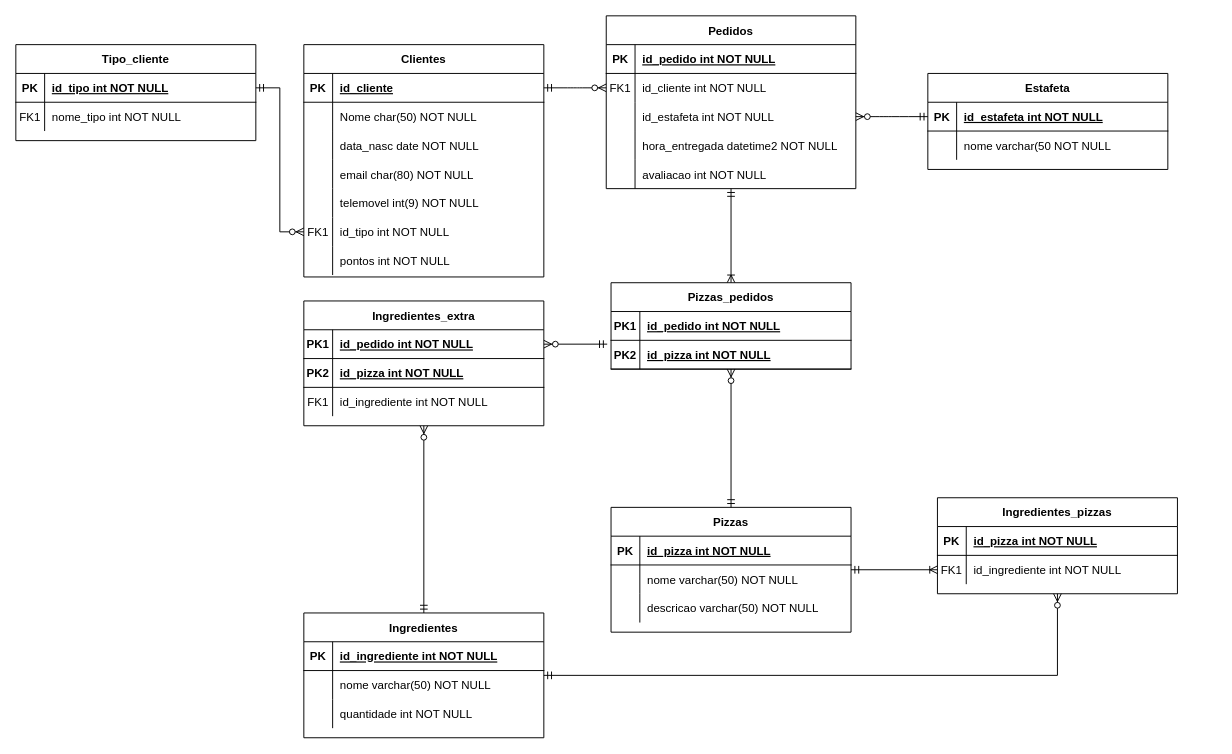
This is Untitled Diagram.drawio from joaopereira7717/angularFreshStart, a draw.io file, before an edit. Source tidied: cells renumbered, new cells numbered last; positions are measured from the earlier drawing's top-left corner, leaving out a move shared by most shapes. Both pictures are drawn from the tidied source at 96%, with x=0, y=0 at pixel (15, 15).
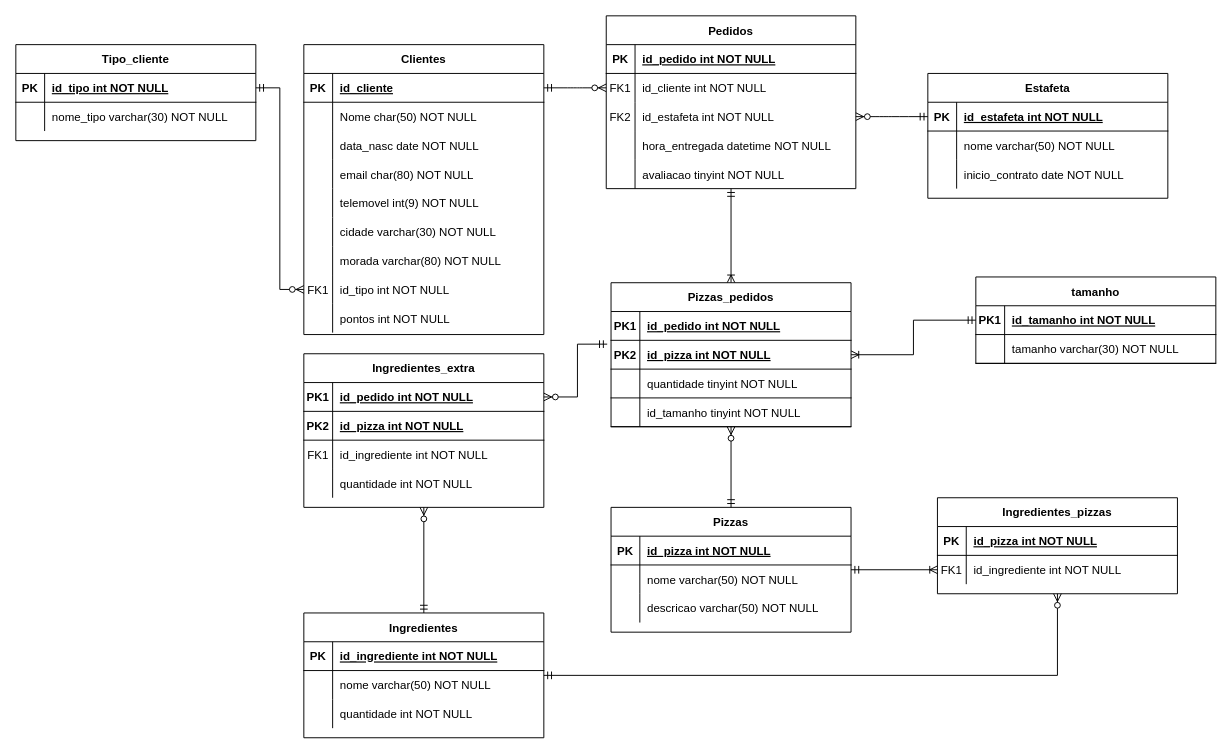
The same page after the edit.

Unchanged cells that the change refers to:
```xml
<mxCell id="10" style="shape=partialRectangle;fillColor=none;points=[[0,0.5],[1,0.5]];portConstraint=eastwest;top=0;left=0;right=0;bottom=0;" parent="3" vertex="1">
  <mxGeometry y="90" width="260" height="30" as="geometry" />
</mxCell>
<mxCell id="13" style="shape=partialRectangle;fillColor=none;top=0;left=0;right=0;bottom=0;" parent="3" vertex="1">
  <mxGeometry y="120" width="260" height="30" as="geometry" />
</mxCell>
<mxCell id="16" style="shape=partialRectangle;fillColor=none;top=0;left=0;right=0;bottom=0;" parent="3" vertex="1">
  <mxGeometry y="150" width="260" height="30" as="geometry" />
</mxCell>
<mxCell id="55" style="shape=partialRectangle;fillColor=none;top=0;left=0;right=0;bottom=0;" parent="51" vertex="1">
  <mxGeometry y="60" width="250" height="30" as="geometry" />
</mxCell>
<mxCell id="86" style="shape=partialRectangle;fillColor=none;points=[[0,0.5],[1,0.5]];portConstraint=eastwest;top=0;left=0;right=0;bottom=1;" parent="82" vertex="1">
  <mxGeometry y="60" width="250" height="30" as="geometry" />
</mxCell>
<mxCell id="103" style="shape=partialRectangle;fillColor=none;top=0;left=0;right=0;bottom=0;" parent="99" vertex="1">
  <mxGeometry y="60" width="250" height="30" as="geometry" />
</mxCell>
```

What changed in the source:
```diff
@@
-    <mxCell id="11" style="shape=partialRectangle;overflow=hidden;fillColor=none;top=0;left=0;bottom=0;right=0;" parent="10" vertex="1">
+    <mxCell id="11" value="FK2" style="shape=partialRectangle;overflow=hidden;fillColor=none;top=0;left=0;bottom=0;right=0;" parent="10" vertex="1">
       <mxGeometry width="30" height="30" as="geometry" />
     </mxCell>
@@
-    <mxCell id="15" value="hora_entregada datetime2 NOT NULL" style="shape=partialRectangle;overflow=hidden;fillColor=none;top=0;left=0;bottom=0;right=0;align=left;spacingLeft=6;" parent="13" vertex="1">
+    <mxCell id="15" value="hora_entregada datetime NOT NULL" style="shape=partialRectangle;overflow=hidden;fillColor=none;top=0;left=0;bottom=0;right=0;align=left;spacingLeft=6;" parent="13" vertex="1">
       <mxGeometry x="30" width="230" height="30" as="geometry" />
     </mxCell>
@@
-    <mxCell id="18" value="avaliacao int NOT NULL" style="shape=partialRectangle;overflow=hidden;fillColor=none;top=0;left=0;bottom=0;right=0;align=left;spacingLeft=6;" parent="16" vertex="1">
+    <mxCell id="18" value="avaliacao tinyint NOT NULL" style="shape=partialRectangle;overflow=hidden;fillColor=none;top=0;left=0;bottom=0;right=0;align=left;spacingLeft=6;" parent="16" vertex="1">
       <mxGeometry x="30" width="230" height="30" as="geometry" />
     </mxCell>
@@
     <mxCell id="29" value="Clientes" style="shape=table;startSize=30;childLayout=tableLayout;rowLines=0;fontStyle=1;align=center;" parent="1" vertex="1">
-      <mxGeometry x="300" y="30" width="250" height="242" as="geometry" />
+      <mxGeometry x="300" y="30" width="250" height="302" as="geometry" />
     </mxCell>
@@
+    <mxCell id="107" style="shape=partialRectangle;fillColor=none;top=0;left=0;right=0;bottom=0;" parent="29" vertex="1">
+      <mxGeometry y="180" width="250" height="30" as="geometry" />
+    </mxCell>
+    <mxCell id="108" style="shape=partialRectangle;overflow=hidden;fillColor=none;top=0;left=0;bottom=0;right=0;" parent="107" vertex="1">
+      <mxGeometry width="30" height="30" as="geometry" />
+    </mxCell>
+    <mxCell id="109" value="cidade varchar(30) NOT NULL" style="shape=partialRectangle;overflow=hidden;fillColor=none;top=0;left=0;bottom=0;right=0;align=left;spacingLeft=6;" parent="107" vertex="1">
+      <mxGeometry x="30" width="220" height="30" as="geometry" />
+    </mxCell>
+    <mxCell id="110" style="shape=partialRectangle;fillColor=none;top=0;left=0;right=0;bottom=0;" parent="29" vertex="1">
+      <mxGeometry y="210" width="250" height="30" as="geometry" />
+    </mxCell>
+    <mxCell id="111" style="shape=partialRectangle;overflow=hidden;fillColor=none;top=0;left=0;bottom=0;right=0;" parent="110" vertex="1">
+      <mxGeometry width="30" height="30" as="geometry" />
+    </mxCell>
+    <mxCell id="112" value="morada varchar(80) NOT NULL" style="shape=partialRectangle;overflow=hidden;fillColor=none;top=0;left=0;bottom=0;right=0;align=left;spacingLeft=6;" parent="110" vertex="1">
+      <mxGeometry x="30" width="220" height="30" as="geometry" />
+    </mxCell>
     <mxCell id="45" style="shape=partialRectangle;fillColor=none;points=[[0,0.5],[1,0.5]];portConstraint=eastwest;top=0;left=0;right=0;bottom=0;" parent="29" vertex="1">
-      <mxGeometry y="180" width="250" height="30" as="geometry" />
+      <mxGeometry y="240" width="250" height="30" as="geometry" />
     </mxCell>
@@
     <mxCell id="48" style="shape=partialRectangle;fillColor=none;top=0;left=0;right=0;bottom=0;" parent="29" vertex="1">
-      <mxGeometry y="210" width="250" height="30" as="geometry" />
+      <mxGeometry y="270" width="250" height="30" as="geometry" />
     </mxCell>
@@
     <mxCell id="51" value="Estafeta" style="shape=table;startSize=30;childLayout=tableLayout;rowLines=0;fontStyle=1;align=center;" parent="1" vertex="1">
-      <mxGeometry x="950" y="60" width="250" height="100" as="geometry" />
+      <mxGeometry x="950" y="60" width="250" height="130" as="geometry" />
     </mxCell>
@@
-    <mxCell id="57" value="nome varchar(50 NOT NULL" style="shape=partialRectangle;overflow=hidden;fillColor=none;top=0;left=0;bottom=0;right=0;align=left;spacingLeft=6;" parent="55" vertex="1">
+    <mxCell id="57" value="nome varchar(50) NOT NULL" style="shape=partialRectangle;overflow=hidden;fillColor=none;top=0;left=0;bottom=0;right=0;align=left;spacingLeft=6;" parent="55" vertex="1">
       <mxGeometry x="30" width="220" height="30" as="geometry" />
     </mxCell>
+    <mxCell id="113" style="shape=partialRectangle;fillColor=none;top=0;left=0;right=0;bottom=0;" parent="51" vertex="1">
+      <mxGeometry y="90" width="250" height="30" as="geometry" />
+    </mxCell>
+    <mxCell id="114" style="shape=partialRectangle;overflow=hidden;fillColor=none;top=0;left=0;bottom=0;right=0;" parent="113" vertex="1">
+      <mxGeometry width="30" height="30" as="geometry" />
+    </mxCell>
+    <mxCell id="115" value="inicio_contrato date NOT NULL" style="shape=partialRectangle;overflow=hidden;fillColor=none;top=0;left=0;bottom=0;right=0;align=left;spacingLeft=6;" parent="113" vertex="1">
+      <mxGeometry x="30" width="220" height="30" as="geometry" />
+    </mxCell>
@@
     <mxCell id="70" value="Ingredientes_extra" style="shape=table;startSize=30;childLayout=tableLayout;rowLines=0;fontStyle=1;align=center;" parent="1" vertex="1">
-      <mxGeometry x="300" y="297" width="250" height="130" as="geometry" />
+      <mxGeometry x="300" y="352" width="250" height="160" as="geometry" />
     </mxCell>
@@
+    <mxCell id="116" style="shape=partialRectangle;fillColor=none;top=0;left=0;right=0;bottom=0;" parent="70" vertex="1">
+      <mxGeometry y="120" width="250" height="30" as="geometry" />
+    </mxCell>
+    <mxCell id="117" style="shape=partialRectangle;overflow=hidden;fillColor=none;top=0;left=0;bottom=0;right=0;" parent="116" vertex="1">
+      <mxGeometry width="30" height="30" as="geometry" />
+    </mxCell>
+    <mxCell id="118" value="quantidade int NOT NULL" style="shape=partialRectangle;overflow=hidden;fillColor=none;top=0;left=0;bottom=0;right=0;align=left;spacingLeft=6;" parent="116" vertex="1">
+      <mxGeometry x="30" width="220" height="30" as="geometry" />
+    </mxCell>
@@
     <mxCell id="82" value="Pizzas_pedidos" style="shape=table;startSize=30;childLayout=tableLayout;rowLines=0;fontStyle=1;align=center;" parent="1" vertex="1">
-      <mxGeometry x="620" y="278" width="250" height="90" as="geometry" />
+      <mxGeometry x="620" y="278" width="250" height="150" as="geometry" />
     </mxCell>
@@
+    <mxCell id="119" style="shape=partialRectangle;fillColor=none;top=0;left=0;right=0;bottom=1;" parent="82" vertex="1">
+      <mxGeometry y="90" width="250" height="30" as="geometry" />
+    </mxCell>
+    <mxCell id="120" style="shape=partialRectangle;overflow=hidden;fillColor=none;top=0;left=0;bottom=0;right=0;fontStyle=1;" parent="119" vertex="1">
+      <mxGeometry width="30" height="30" as="geometry" />
+    </mxCell>
+    <mxCell id="121" value="quantidade tinyint NOT NULL " style="shape=partialRectangle;overflow=hidden;fillColor=none;top=0;left=0;bottom=0;right=0;align=left;spacingLeft=6;fontStyle=0;" parent="119" vertex="1">
+      <mxGeometry x="30" width="220" height="30" as="geometry" />
+    </mxCell>
+    <mxCell id="122" style="shape=partialRectangle;fillColor=none;top=0;left=0;right=0;bottom=1;" parent="82" vertex="1">
+      <mxGeometry y="120" width="250" height="30" as="geometry" />
+    </mxCell>
+    <mxCell id="123" style="shape=partialRectangle;overflow=hidden;fillColor=none;top=0;left=0;bottom=0;right=0;fontStyle=1;" parent="122" vertex="1">
+      <mxGeometry width="30" height="30" as="geometry" />
+    </mxCell>
+    <mxCell id="124" value="id_tamanho tinyint NOT NULL " style="shape=partialRectangle;overflow=hidden;fillColor=none;top=0;left=0;bottom=0;right=0;align=left;spacingLeft=6;fontStyle=0;" parent="122" vertex="1">
+      <mxGeometry x="30" width="220" height="30" as="geometry" />
+    </mxCell>
@@
-    <mxCell id="104" value="FK1" style="shape=partialRectangle;overflow=hidden;fillColor=none;top=0;left=0;bottom=0;right=0;" parent="103" vertex="1">
+    <mxCell id="104" style="shape=partialRectangle;overflow=hidden;fillColor=none;top=0;left=0;bottom=0;right=0;" parent="103" vertex="1">
       <mxGeometry width="30" height="30" as="geometry" />
     </mxCell>
-    <mxCell id="105" value="nome_tipo int NOT NULL" style="shape=partialRectangle;overflow=hidden;fillColor=none;top=0;left=0;bottom=0;right=0;align=left;spacingLeft=6;" parent="103" vertex="1">
+    <mxCell id="105" value="nome_tipo varchar(30) NOT NULL" style="shape=partialRectangle;overflow=hidden;fillColor=none;top=0;left=0;bottom=0;right=0;align=left;spacingLeft=6;" parent="103" vertex="1">
       <mxGeometry x="30" width="220" height="30" as="geometry" />
     </mxCell>
@@
+    <mxCell id="125" value="tamanho" style="shape=table;startSize=30;childLayout=tableLayout;rowLines=0;fontStyle=1;align=center;" parent="1" vertex="1">
+      <mxGeometry x="1000" y="272" width="250" height="90" as="geometry" />
+    </mxCell>
+    <mxCell id="126" style="shape=partialRectangle;fillColor=none;points=[[0,0.5],[1,0.5]];portConstraint=eastwest;top=0;left=0;right=0;bottom=1;" parent="125" vertex="1">
+      <mxGeometry y="30" width="250" height="30" as="geometry" />
+    </mxCell>
+    <mxCell id="127" value="PK1" style="shape=partialRectangle;overflow=hidden;fillColor=none;top=0;left=0;bottom=0;right=0;fontStyle=1;" parent="126" vertex="1">
+      <mxGeometry width="30" height="30" as="geometry" />
+    </mxCell>
+    <mxCell id="128" value="id_tamanho int NOT NULL " style="shape=partialRectangle;overflow=hidden;fillColor=none;top=0;left=0;bottom=0;right=0;align=left;spacingLeft=6;fontStyle=5;" parent="126" vertex="1">
+      <mxGeometry x="30" width="220" height="30" as="geometry" />
+    </mxCell>
+    <mxCell id="129" style="shape=partialRectangle;fillColor=none;top=0;left=0;right=0;bottom=1;" parent="125" vertex="1">
+      <mxGeometry y="60" width="250" height="30" as="geometry" />
+    </mxCell>
+    <mxCell id="130" style="shape=partialRectangle;overflow=hidden;fillColor=none;top=0;left=0;bottom=0;right=0;fontStyle=1;" parent="129" vertex="1">
+      <mxGeometry width="30" height="30" as="geometry" />
+    </mxCell>
+    <mxCell id="131" value="tamanho varchar(30) NOT NULL " style="shape=partialRectangle;overflow=hidden;fillColor=none;top=0;left=0;bottom=0;right=0;align=left;spacingLeft=6;fontStyle=0;" parent="129" vertex="1">
+      <mxGeometry x="30" width="220" height="30" as="geometry" />
+    </mxCell>
+    <mxCell id="132" style="edgeStyle=orthogonalEdgeStyle;rounded=0;jettySize=auto;html=1;endArrow=ERoneToMany;endFill=0;startArrow=ERmandOne;startFill=0;" parent="1" edge="1" source="126" target="86">
+      <mxGeometry relative="1" as="geometry" />
+    </mxCell>
```
